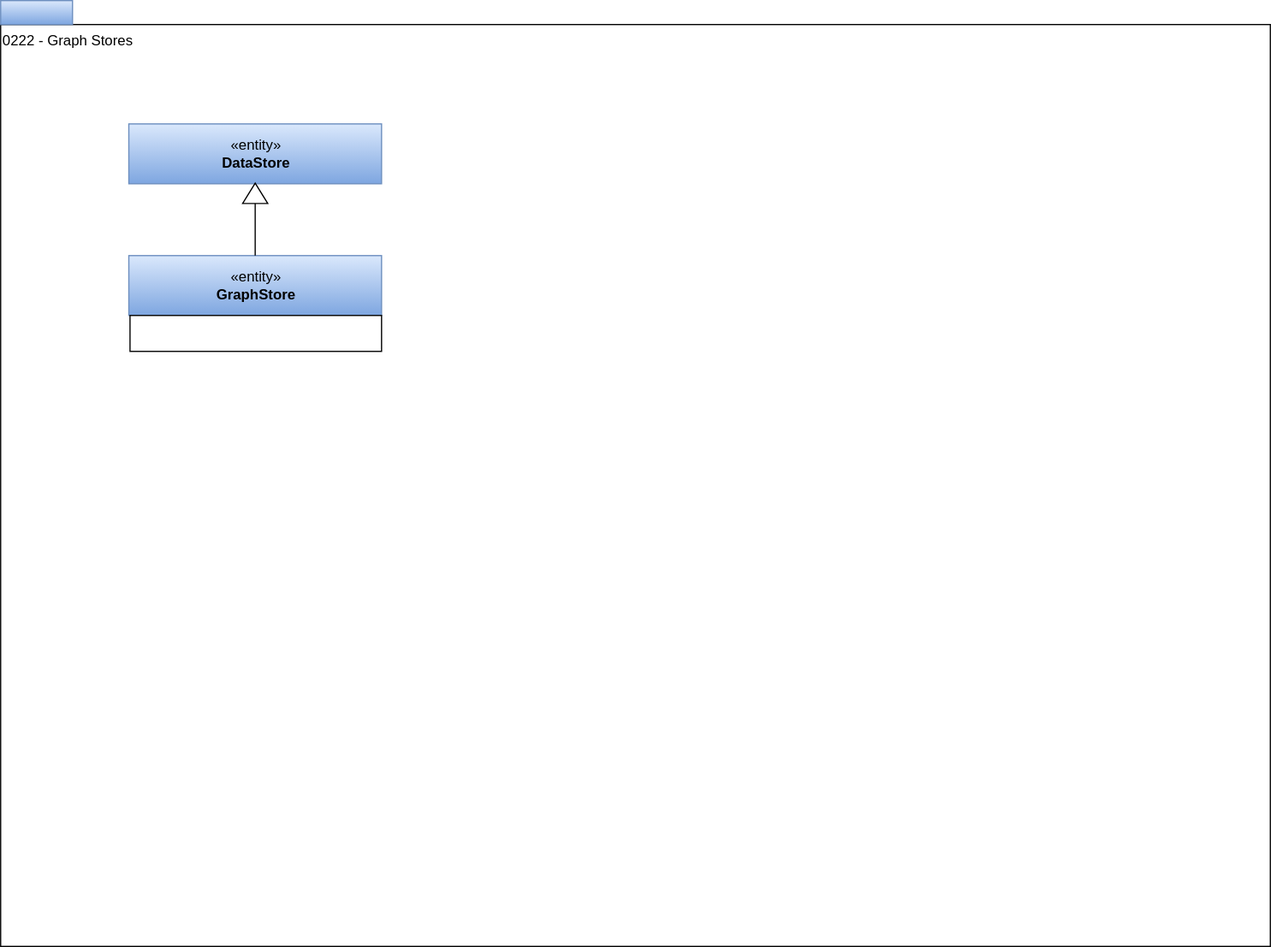
Above: site/docs/types/2/0222-Graph-Stores.svg in odpi/egeria-docs (draw.io), before the change. Source tidied: cells renumbered, new cells last; positions are measured from the earlier drawing's top-left corner, leaving out a move shared by most shapes.
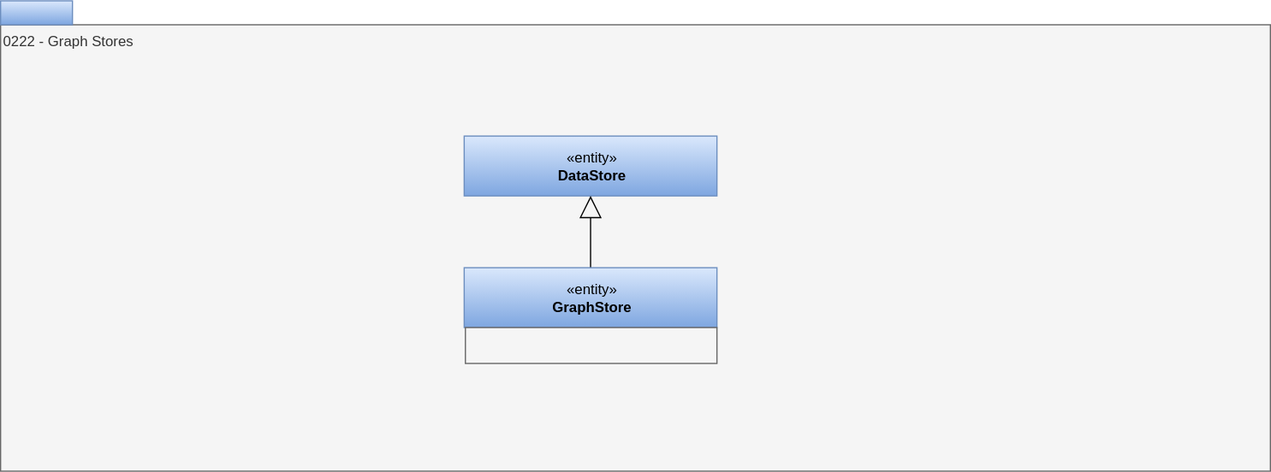
After the change.

Diff of the diagram source:
```diff
@@ -2,26 +2,23 @@
   <root>
     <mxCell id="0" />
     <mxCell id="1" parent="0" />
-    <mxCell id="2" value="0222 - Graph Stores" style="rounded=0;whiteSpace=wrap;html=1;align=left;verticalAlign=top;" parent="1" vertex="1">
-      <mxGeometry y="20" width="1060" height="770" as="geometry" />
+    <mxCell id="2" value="0222 - Graph Stores" style="rounded=0;whiteSpace=wrap;html=1;align=left;verticalAlign=top;fillColor=#f5f5f5;fontColor=#333333;strokeColor=#666666;" parent="1" vertex="1">
+      <mxGeometry y="20" width="1060" height="373" as="geometry" />
     </mxCell>
     <mxCell id="3" style="rounded=0;whiteSpace=wrap;html=1;align=left;fillColor=#dae8fc;strokeColor=#6c8ebf;gradientColor=#7ea6e0;" parent="1" vertex="1">
       <mxGeometry width="60" height="20" as="geometry" />
     </mxCell>
     <mxCell id="4" value="«entity»&lt;br&gt;&lt;b&gt;DataStore&lt;/b&gt;" style="html=1;strokeColor=#6c8ebf;align=center;fillColor=#dae8fc;gradientColor=#7ea6e0;" parent="1" vertex="1">
-      <mxGeometry x="107" y="103" width="211" height="50" as="geometry" />
+      <mxGeometry x="387" y="113" width="211" height="50" as="geometry" />
     </mxCell>
-    <mxCell id="5" value="«entity»&lt;br&gt;&lt;b&gt;GraphStore&lt;/b&gt;" style="html=1;strokeColor=#6c8ebf;align=center;fillColor=#dae8fc;gradientColor=#7ea6e0;" parent="1" vertex="1">
-      <mxGeometry x="107" y="213" width="211" height="50" as="geometry" />
+    <mxCell id="5" style="edgeStyle=orthogonalEdgeStyle;rounded=0;jettySize=auto;html=1;exitX=0.5;exitY=0;exitDx=0;exitDy=0;endArrow=block;endFill=0;endSize=16;" parent="1" edge="1" source="6" target="4">
+      <mxGeometry relative="1" as="geometry" />
     </mxCell>
-    <mxCell id="6" style="rounded=0;whiteSpace=wrap;html=1;strokeColor=#000000;gradientColor=#ffffff;align=left;" parent="1" vertex="1">
-      <mxGeometry x="108" y="263" width="210" height="30" as="geometry" />
+    <mxCell id="6" value="«entity»&lt;br&gt;&lt;b&gt;GraphStore&lt;/b&gt;" style="html=1;strokeColor=#6c8ebf;align=center;fillColor=#dae8fc;gradientColor=#7ea6e0;" parent="1" vertex="1">
+      <mxGeometry x="387" y="223" width="211" height="50" as="geometry" />
     </mxCell>
-    <mxCell id="7" style="edgeStyle=orthogonalEdgeStyle;rounded=0;jettySize=auto;html=1;exitX=0;exitY=0.5;exitDx=0;exitDy=0;endArrow=none;endFill=0;" parent="1" edge="1" source="8" target="5">
-      <mxGeometry relative="1" as="geometry" />
+    <mxCell id="7" style="rounded=0;whiteSpace=wrap;html=1;strokeColor=#666666;align=left;fillColor=#f5f5f5;fontColor=#333333;" parent="1" vertex="1">
+      <mxGeometry x="388" y="273" width="210" height="30" as="geometry" />
     </mxCell>
-    <mxCell id="8" style="triangle;whiteSpace=wrap;html=1;strokeColor=#000000;gradientColor=#ffffff;align=center;rotation=-90;" parent="1" vertex="1">
-      <mxGeometry x="204" y="150.5" width="17" height="21" as="geometry" />
-    </mxCell>
   </root>
 </mxGraphModel>
```
